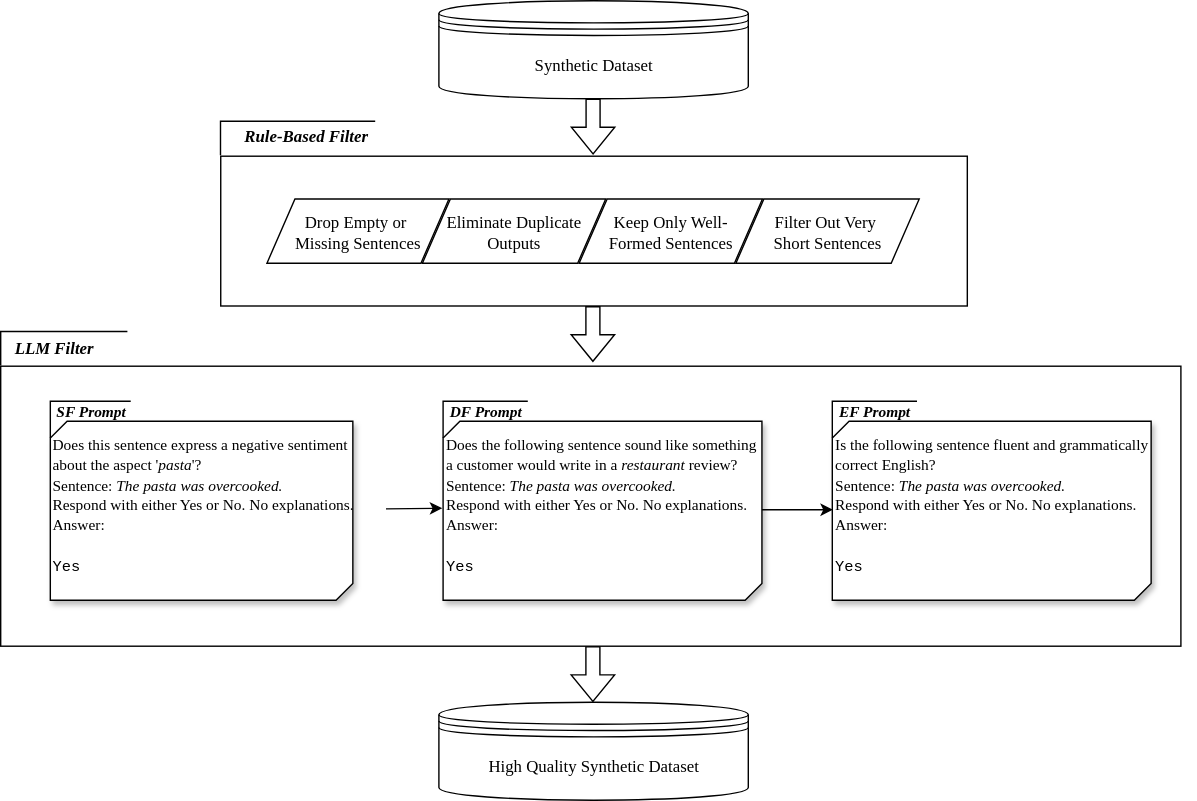
This is filtering_pipeline.drawio.svg from sara-kaczmarek/LLMB4ABSC, a draw.io export, as it was before one commit. Source tidied: cells renumbered, new cells last; positions are measured from the earlier drawing's top-left corner, leaving out a move shared by most shapes.
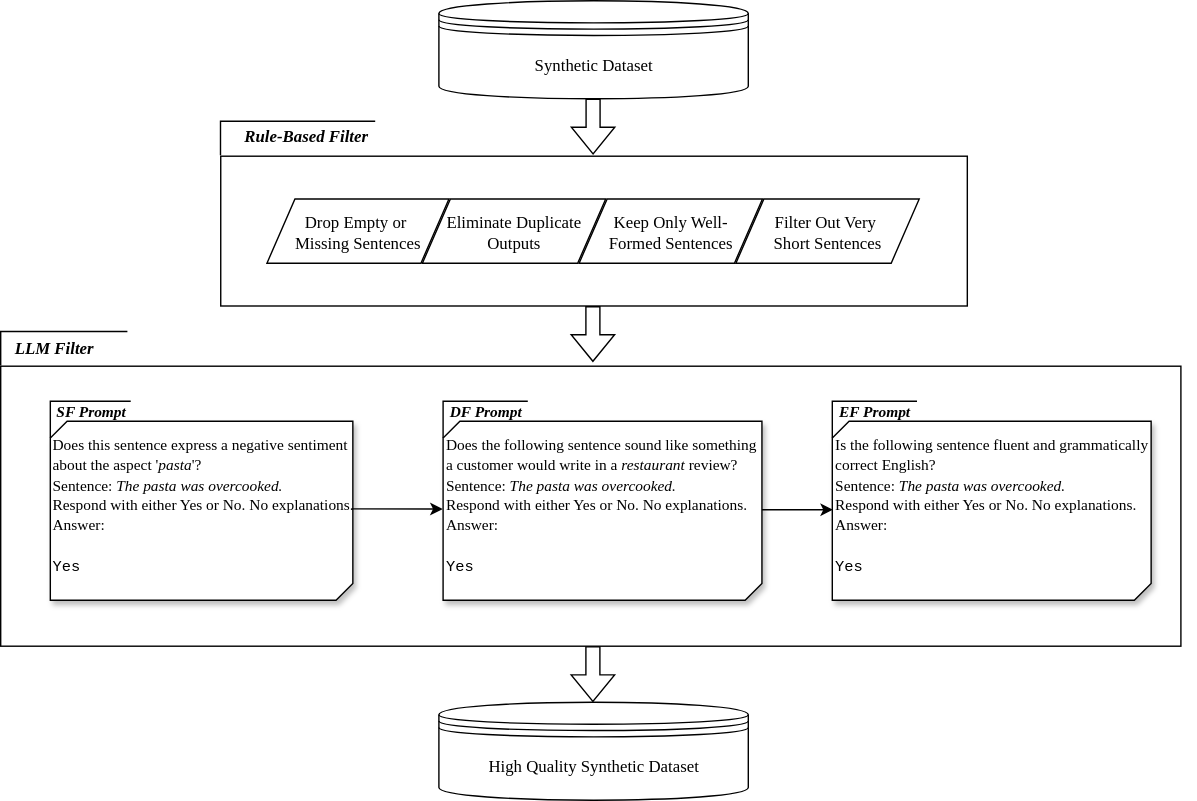
After the commit.

Diff of the diagram source:
```diff
@@ -85,8 +85,10 @@
     <mxCell id="27" value="&lt;font face=&quot;Times New Roman&quot;&gt;Synthetic Dataset&lt;/font&gt;" style="shape=datastore;whiteSpace=wrap;html=1;" parent="1" vertex="1">
       <mxGeometry x="313" width="221" height="70" as="geometry" />
     </mxCell>
-    <mxCell id="28" style="endArrow=classic;html=1;rounded=0;exitX=0.999;exitY=0.646;exitDx=0;exitDy=0;exitPerimeter=0;entryX=-0.002;entryY=0.643;entryDx=0;entryDy=0;entryPerimeter=0;" parent="1" edge="1" source="6" target="18">
-      <mxGeometry relative="1" as="geometry" />
+    <mxCell id="28" style="endArrow=classic;html=1;rounded=0;exitX=0.999;exitY=0.646;exitDx=0;exitDy=0;exitPerimeter=0;entryX=-0.001;entryY=0.647;entryDx=0;entryDy=0;entryPerimeter=0;" parent="1" edge="1" target="18">
+      <mxGeometry relative="1" as="geometry">
+        <mxPoint x="251" y="362.9" as="sourcePoint" />
+      </mxGeometry>
     </mxCell>
     <mxCell id="29" value="&lt;b&gt;&lt;i&gt;&lt;font face=&quot;Times New Roman&quot;&gt;LLM Filter&lt;/font&gt;&lt;/i&gt;&lt;/b&gt;" style="text;strokeColor=none;align=left;fillColor=none;html=1;verticalAlign=middle;whiteSpace=wrap;rounded=0;" parent="1" vertex="1">
       <mxGeometry x="8" y="232.1" width="99" height="32" as="geometry" />
```
